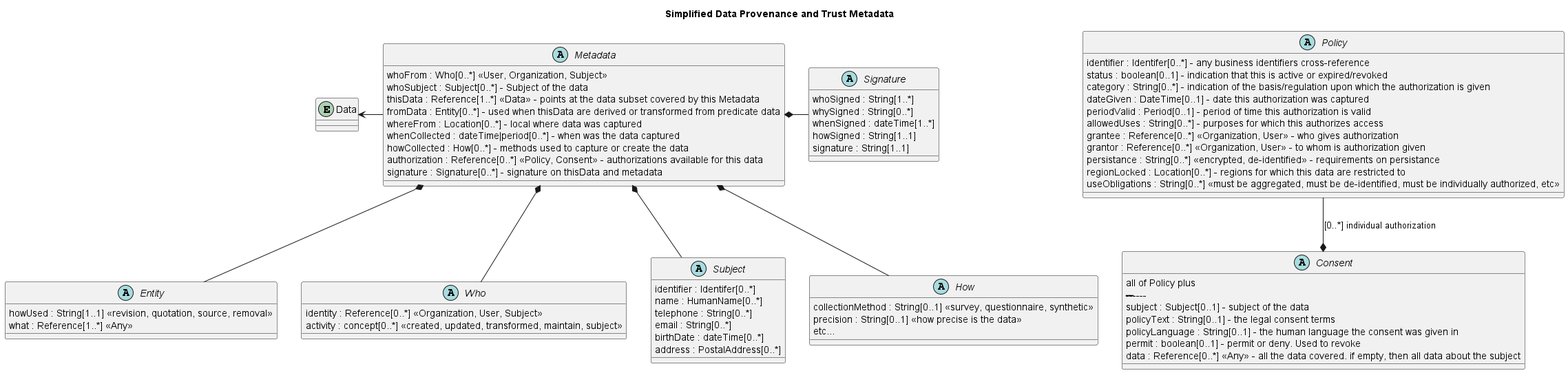
Before: out/metadata-simplified/metadata-simplified.png, a diagram exported from PlantUML (JohnMoehrke/Metadata).
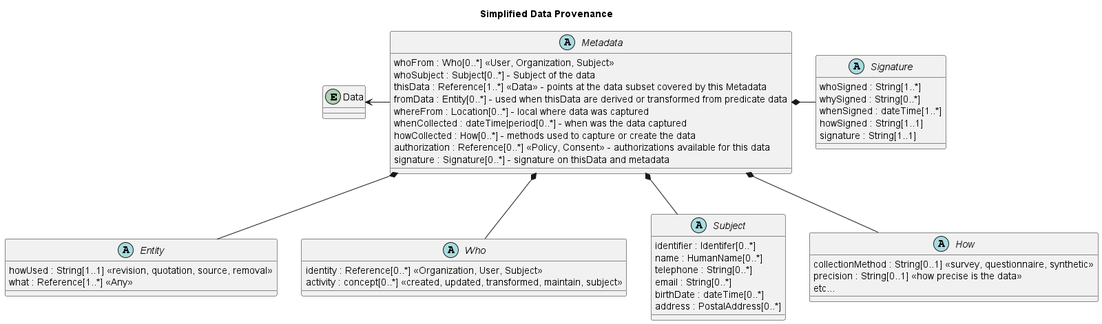
The same diagram one commit later.

Commit message:
split prov from auth

The edit, as a diff of the source:
```diff
@@ -1,5 +1,5 @@
 @startuml
-title Simplified Data Provenance and Trust Metadata
+title Simplified Data Provenance
 
 abstract class Signature {
     whoSigned : String[1..*]
@@ -52,30 +52,4 @@
     precision : String[0..1] <<how precise is the data>>
     etc...
 }
-
-abstract class Policy {
-    identifier : Identifer[0..*] - any business identifiers cross-reference
-    status : boolean[0..1] - indication that this is active or expired/revoked
-    category : String[0..*] - indication of the basis/regulation upon which the authorization is given
-    dateGiven : DateTime[0..1] - date this authorization was captured
-    periodValid : Period[0..1] - period of time this authorization is valid
-    allowedUses : String[0..*] - purposes for which this authorizes access
-    grantee : Reference[0..*] <<Organization, User>> - who gives authorization
-    grantor : Reference[0..*] <<Organization, User>> - to whom is authorization given
-    persistance : String[0..*] <<encrypted, de-identified>> - requirements on persistance
-    regionLocked : Location[0..*] - regions for which this data are restricted to
-    useObligations : String[0..*] <<must be aggregated, must be de-identified, must be individually authorized, etc>>
-}
-Policy -down-* Consent : [0..*] individual authorization
-
-abstract class Consent {
- all of Policy plus
-    --------------
-    subject : Subject[0..1] - subject of the data
-    policyText : String[0..1] - the legal consent terms
-    policyLanguage : String[0..1] - the human language the consent was given in
-    permit : boolean[0..1] - permit or deny. Used to revoke
-    data : Reference[0..*] <<Any>> - all the data covered. if empty, then all data about the subject
-}
-
 @enduml
```
